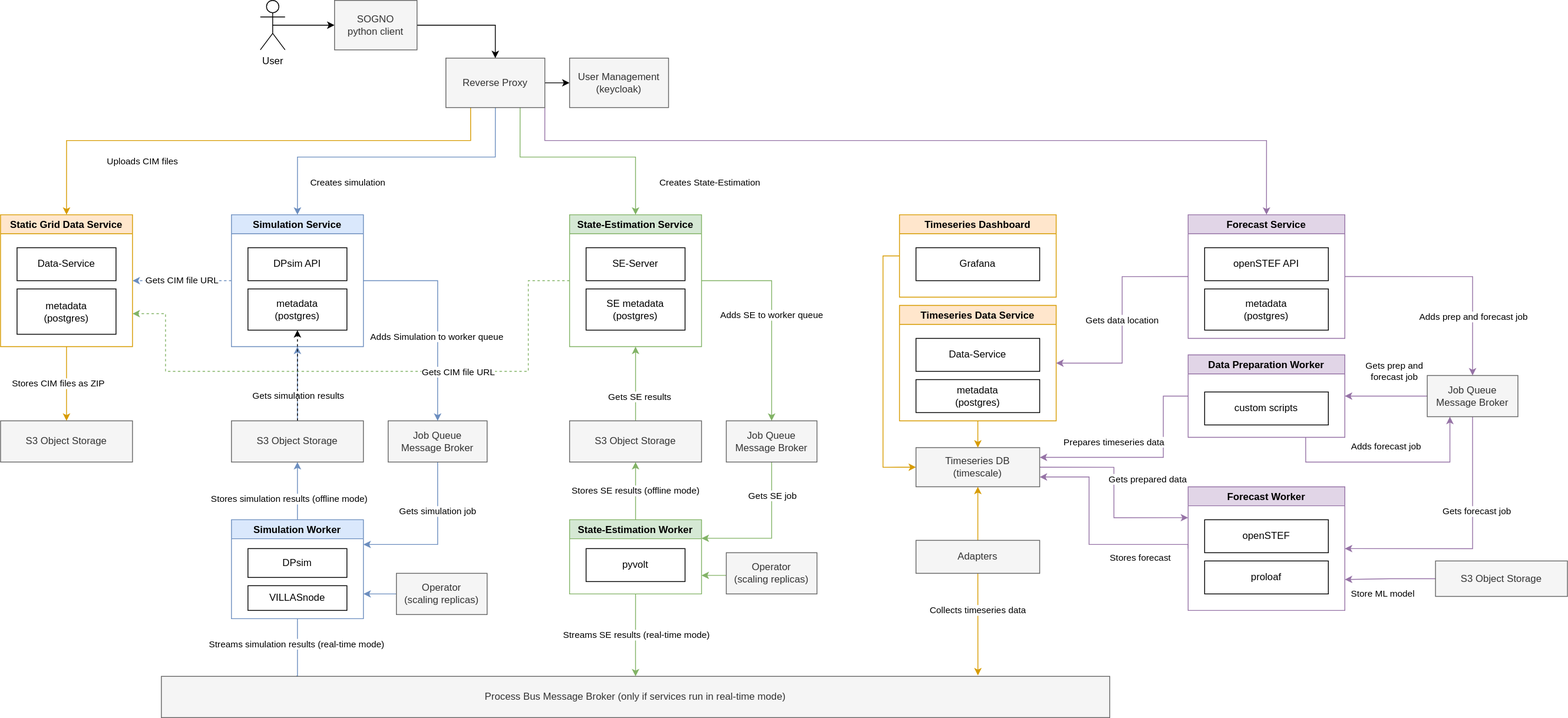
This is static/service-dataflow.svg from sogno-platform/sogno-platform.github.io, a draw.io export, as it was before one commit. Source tidied: cells renumbered, new cells last; positions are measured from the earlier drawing's top-left corner, leaving out a move shared by most shapes.
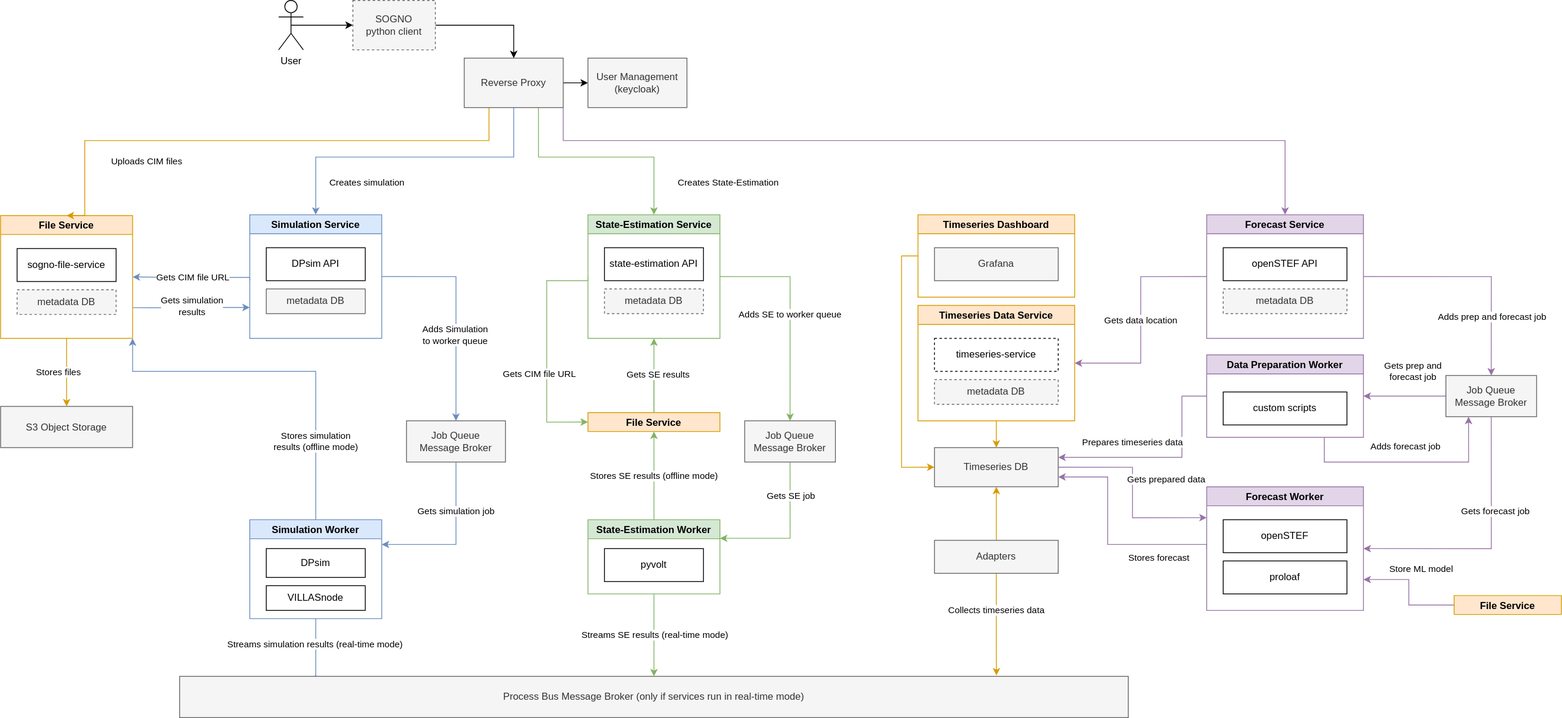
After the commit.

Commit message:
update architecture diagrams

What changed in the source:
```diff
@@ -4,3 +4,3 @@
     <mxCell id="1" parent="0" />
-    <mxCell id="2" value="Stores CIM files as ZIP" style="edgeStyle=orthogonalEdgeStyle;rounded=0;jettySize=auto;html=1;exitX=0.5;exitY=1;exitDx=0;exitDy=0;entryX=0.5;entryY=0;entryDx=0;entryDy=0;endArrow=classic;endFill=1;fillColor=#ffe6cc;strokeColor=#d79b00;" parent="1" edge="1" source="3" target="8">
+    <mxCell id="2" value="Stores files" style="edgeStyle=orthogonalEdgeStyle;rounded=0;jettySize=auto;html=1;exitX=0.5;exitY=1;exitDx=0;exitDy=0;entryX=0.5;entryY=0;entryDx=0;entryDy=0;endArrow=classic;endFill=1;fillColor=#ffe6cc;strokeColor=#d79b00;" parent="1" edge="1" source="3" target="8">
       <mxGeometry x="-0.02" y="-10" relative="1" as="geometry">
@@ -9,17 +9,22 @@
     </mxCell>
-    <mxCell id="3" value="Static Grid Data Service" style="swimlane;fillColor=#ffe6cc;strokeColor=#d79b00;" parent="1" vertex="1">
-      <mxGeometry y="260" width="160" height="160" as="geometry" />
+    <mxCell id="3" value="File Service" style="swimlane;fillColor=#ffe6cc;strokeColor=#d79b00;" parent="1" vertex="1">
+      <mxGeometry x="-22" y="261" width="160" height="149" as="geometry" />
     </mxCell>
-    <mxCell id="4" value="Data-Service" style="whiteSpace=wrap;html=1;" parent="3" vertex="1">
+    <mxCell id="4" value="sogno-file-service" style="whiteSpace=wrap;html=1;" parent="3" vertex="1">
       <mxGeometry x="20" y="40" width="120" height="40" as="geometry" />
     </mxCell>
-    <mxCell id="5" value="metadata&lt;br&gt;(postgres)" style="whiteSpace=wrap;html=1;" parent="3" vertex="1">
-      <mxGeometry x="20" y="90" width="120" height="55" as="geometry" />
+    <mxCell id="5" value="metadata DB" style="whiteSpace=wrap;html=1;dashed=1;fillColor=#f5f5f5;fontColor=#333333;strokeColor=#666666;" parent="3" vertex="1">
+      <mxGeometry x="20" y="90" width="120" height="30" as="geometry" />
     </mxCell>
-    <mxCell id="6" style="edgeStyle=orthogonalEdgeStyle;rounded=0;jettySize=auto;html=1;exitX=0.5;exitY=0;exitDx=0;exitDy=0;entryX=0.5;entryY=1;entryDx=0;entryDy=0;endArrow=classic;endFill=1;fillColor=#dae8fc;strokeColor=#6c8ebf;" parent="1" edge="1" source="48" target="10">
-      <mxGeometry relative="1" as="geometry" />
+    <mxCell id="6" style="edgeStyle=orthogonalEdgeStyle;rounded=0;jettySize=auto;html=1;entryX=0;entryY=0.75;entryDx=0;entryDy=0;endArrow=classic;endFill=1;fillColor=#dae8fc;strokeColor=#6c8ebf;exitX=1;exitY=0.75;exitDx=0;exitDy=0;" parent="1" edge="1" source="3" target="10">
+      <mxGeometry relative="1" as="geometry">
+        <Array as="points">
+          <mxPoint x="170" y="373" />
+          <mxPoint x="170" y="373" />
+        </Array>
+      </mxGeometry>
     </mxCell>
-    <mxCell id="7" value="Gets simulation results" style="edgeLabel;html=1;align=center;verticalAlign=middle;" parent="6" vertex="1">
+    <mxCell id="7" value="Gets simulation&lt;br&gt;results" style="edgeLabel;html=1;align=center;verticalAlign=middle;" parent="6" vertex="1">
       <mxGeometry x="0.19" relative="1" as="geometry">
-        <mxPoint y="24" as="offset" />
+        <mxPoint x="-13" y="-2" as="offset" />
       </mxGeometry>
@@ -27,9 +32,14 @@
     <mxCell id="8" value="S3 Object Storage" style="rounded=0;whiteSpace=wrap;html=1;fillColor=#f5f5f5;fontColor=#333333;strokeColor=#666666;" parent="1" vertex="1">
-      <mxGeometry y="510" width="160" height="50" as="geometry" />
+      <mxGeometry x="-22" y="492.5" width="160" height="50" as="geometry" />
     </mxCell>
-    <mxCell id="9" value="Stores simulation results (offline mode)" style="edgeStyle=orthogonalEdgeStyle;rounded=0;jettySize=auto;html=1;exitX=0.5;exitY=0;exitDx=0;exitDy=0;endArrow=classic;endFill=1;entryX=0.5;entryY=1;entryDx=0;entryDy=0;fillColor=#dae8fc;strokeColor=#6c8ebf;" parent="1" edge="1" source="28" target="48">
-      <mxGeometry x="-0.29" y="10" relative="1" as="geometry" />
+    <mxCell id="9" value="Stores simulation &lt;br&gt;results (offline mode)" style="edgeStyle=orthogonalEdgeStyle;rounded=0;jettySize=auto;html=1;exitX=0.5;exitY=0;exitDx=0;exitDy=0;endArrow=classic;endFill=1;fillColor=#dae8fc;strokeColor=#6c8ebf;entryX=1;entryY=1;entryDx=0;entryDy=0;" parent="1" edge="1" source="28" target="3">
+      <mxGeometry x="-0.57" relative="1" as="geometry">
+        <Array as="points">
+          <mxPoint x="360" y="450" />
+          <mxPoint x="138" y="450" />
+        </Array>
+      </mxGeometry>
     </mxCell>
     <mxCell id="10" value="Simulation Service" style="swimlane;fillColor=#dae8fc;strokeColor=#6c8ebf;" parent="1" vertex="1">
-      <mxGeometry x="280" y="260" width="160" height="160" as="geometry" />
+      <mxGeometry x="280" y="260" width="160" height="150" as="geometry" />
     </mxCell>
@@ -38,4 +48,4 @@
     </mxCell>
-    <mxCell id="12" value="metadata&lt;br&gt;(postgres)" style="whiteSpace=wrap;html=1;" parent="10" vertex="1">
-      <mxGeometry x="20" y="90" width="120" height="50" as="geometry" />
+    <mxCell id="12" value="metadata DB" style="whiteSpace=wrap;html=1;fillColor=#f5f5f5;fontColor=#333333;strokeColor=#666666;" parent="10" vertex="1">
+      <mxGeometry x="20" y="90" width="120" height="30" as="geometry" />
     </mxCell>
@@ -93,4 +103,10 @@
     </mxCell>
-    <mxCell id="22" value="Gets CIM file URL" style="edgeStyle=orthogonalEdgeStyle;rounded=0;jettySize=auto;html=1;endArrow=classic;endFill=1;exitX=0;exitY=0.5;exitDx=0;exitDy=0;entryX=1;entryY=0.5;entryDx=0;entryDy=0;fillColor=#dae8fc;strokeColor=#6c8ebf;dashed=1;" parent="1" edge="1" source="10" target="3">
-      <mxGeometry relative="1" as="geometry" />
+    <mxCell id="22" value="Gets CIM file URL" style="edgeStyle=orthogonalEdgeStyle;rounded=0;jettySize=auto;html=1;endArrow=classic;endFill=1;fillColor=#dae8fc;strokeColor=#6c8ebf;entryX=1;entryY=0.5;entryDx=0;entryDy=0;" parent="1" edge="1" target="3">
+      <mxGeometry relative="1" as="geometry">
+        <mxPoint x="280" y="340" as="sourcePoint" />
+        <Array as="points">
+          <mxPoint x="280" y="336" />
+          <mxPoint x="209" y="336" />
+        </Array>
+      </mxGeometry>
     </mxCell>
@@ -105,3 +121,3 @@
     </mxCell>
-    <mxCell id="26" value="Adds Simulation to worker queue" style="edgeLabel;html=1;align=center;verticalAlign=middle;" parent="25" vertex="1">
+    <mxCell id="26" value="Adds Simulation &lt;br&gt;to worker queue" style="edgeLabel;html=1;align=center;verticalAlign=middle;" parent="25" vertex="1">
       <mxGeometry x="0.21" y="-2" relative="1" as="geometry" />
@@ -147,6 +163,6 @@
     </mxCell>
-    <mxCell id="36" value="metadata&lt;br&gt;(postgres)" style="whiteSpace=wrap;html=1;" parent="35" vertex="1">
-      <mxGeometry x="20" y="90" width="150" height="40" as="geometry" />
+    <mxCell id="36" value="metadata DB" style="whiteSpace=wrap;html=1;dashed=1;fillColor=#f5f5f5;fontColor=#333333;strokeColor=#666666;" parent="35" vertex="1">
+      <mxGeometry x="20" y="90" width="150" height="30" as="geometry" />
     </mxCell>
-    <mxCell id="37" value="Data-Service" style="whiteSpace=wrap;html=1;" parent="35" vertex="1">
+    <mxCell id="37" value="timeseries-service" style="whiteSpace=wrap;html=1;dashed=1;" parent="35" vertex="1">
       <mxGeometry x="20" y="40" width="150" height="40" as="geometry" />
@@ -159,6 +175,6 @@
     </mxCell>
-    <mxCell id="40" value="Grafana" style="whiteSpace=wrap;html=1;" parent="39" vertex="1">
+    <mxCell id="40" value="Grafana" style="whiteSpace=wrap;html=1;fillColor=#f5f5f5;fontColor=#333333;strokeColor=#666666;" parent="39" vertex="1">
       <mxGeometry x="20" y="40" width="150" height="40" as="geometry" />
     </mxCell>
-    <mxCell id="41" style="edgeStyle=orthogonalEdgeStyle;rounded=0;jettySize=auto;html=1;exitX=0;exitY=0.5;exitDx=0;exitDy=0;entryX=1;entryY=0.75;entryDx=0;entryDy=0;fillColor=#d5e8d4;strokeColor=#82b366;dashed=1;" parent="1" edge="1" source="44" target="3">
+    <mxCell id="41" style="edgeStyle=orthogonalEdgeStyle;rounded=0;jettySize=auto;html=1;exitX=0;exitY=0.5;exitDx=0;exitDy=0;fillColor=#d5e8d4;strokeColor=#82b366;entryX=0;entryY=0.5;entryDx=0;entryDy=0;" parent="1" edge="1" source="44" target="96">
       <mxGeometry relative="1" as="geometry">
@@ -166,5 +182,3 @@
           <mxPoint x="640" y="340" />
-          <mxPoint x="640" y="450" />
-          <mxPoint x="200" y="450" />
-          <mxPoint x="200" y="380" />
+          <mxPoint x="640" y="512" />
         </Array>
@@ -174,3 +188,3 @@
       <mxGeometry x="-0.47" y="3" relative="1" as="geometry">
-        <mxPoint x="-57" y="-3" as="offset" />
+        <mxPoint x="-13" y="94" as="offset" />
       </mxGeometry>
@@ -181,16 +195,10 @@
     <mxCell id="44" value="State-Estimation Service" style="swimlane;fillColor=#d5e8d4;strokeColor=#82b366;" parent="1" vertex="1">
-      <mxGeometry x="690" y="260" width="160" height="160" as="geometry" />
+      <mxGeometry x="690" y="260" width="160" height="150" as="geometry" />
     </mxCell>
-    <mxCell id="45" value="SE-Server" style="whiteSpace=wrap;html=1;" parent="44" vertex="1">
+    <mxCell id="45" value="state-estimation API" style="whiteSpace=wrap;html=1;" parent="44" vertex="1">
       <mxGeometry x="20" y="40" width="120" height="40" as="geometry" />
     </mxCell>
-    <mxCell id="46" value="SE metadata&lt;br&gt;(postgres)" style="whiteSpace=wrap;html=1;" parent="44" vertex="1">
-      <mxGeometry x="20" y="90" width="120" height="50" as="geometry" />
+    <mxCell id="46" value="metadata DB" style="whiteSpace=wrap;html=1;dashed=1;fillColor=#f5f5f5;fontColor=#333333;strokeColor=#666666;" parent="44" vertex="1">
+      <mxGeometry x="20" y="90" width="120" height="30" as="geometry" />
     </mxCell>
-    <mxCell id="47" style="edgeStyle=orthogonalEdgeStyle;rounded=0;jettySize=auto;html=1;dashed=1;" parent="1" edge="1" source="48" target="12">
-      <mxGeometry relative="1" as="geometry" />
-    </mxCell>
-    <mxCell id="48" value="S3 Object Storage" style="rounded=0;whiteSpace=wrap;html=1;fillColor=#f5f5f5;fontColor=#333333;strokeColor=#666666;" parent="1" vertex="1">
-      <mxGeometry x="280" y="510" width="160" height="50" as="geometry" />
-    </mxCell>
     <mxCell id="49" style="edgeStyle=orthogonalEdgeStyle;rounded=0;jettySize=auto;html=1;exitX=0.5;exitY=1;exitDx=0;exitDy=0;entryX=1;entryY=0.25;entryDx=0;entryDy=0;endArrow=classic;endFill=1;fillColor=#d5e8d4;strokeColor=#82b366;" parent="1" edge="1" source="51" target="58">
@@ -206,11 +214,5 @@
     </mxCell>
-    <mxCell id="52" style="edgeStyle=orthogonalEdgeStyle;rounded=0;jettySize=auto;html=1;exitX=0.5;exitY=0;exitDx=0;exitDy=0;entryX=0.5;entryY=1;entryDx=0;entryDy=0;endArrow=classic;endFill=1;fillColor=#d5e8d4;strokeColor=#82b366;" parent="1" edge="1" source="54" target="44">
+    <mxCell id="52" style="edgeStyle=orthogonalEdgeStyle;rounded=0;jettySize=auto;html=1;exitX=0.5;exitY=0;exitDx=0;exitDy=0;entryX=0.5;entryY=1;entryDx=0;entryDy=0;endArrow=classic;endFill=1;fillColor=#d5e8d4;strokeColor=#82b366;startArrow=none;" parent="1" edge="1" source="96" target="44">
       <mxGeometry relative="1" as="geometry" />
     </mxCell>
-    <mxCell id="53" value="Gets SE results" style="edgeLabel;html=1;align=center;verticalAlign=middle;" parent="52" vertex="1">
-      <mxGeometry x="-0.35" y="-4" relative="1" as="geometry" />
-    </mxCell>
-    <mxCell id="54" value="S3 Object Storage" style="rounded=0;whiteSpace=wrap;html=1;fillColor=#f5f5f5;fontColor=#333333;strokeColor=#666666;" parent="1" vertex="1">
-      <mxGeometry x="690" y="510" width="160" height="50" as="geometry" />
-    </mxCell>
     <mxCell id="55" style="edgeStyle=orthogonalEdgeStyle;rounded=0;jettySize=auto;html=1;exitX=0.5;exitY=1;exitDx=0;exitDy=0;endArrow=classic;endFill=1;fillColor=#d5e8d4;strokeColor=#82b366;entryX=0.5;entryY=0;entryDx=0;entryDy=0;" parent="1" edge="1" source="58" target="32">
@@ -228,3 +230,3 @@
     </mxCell>
-    <mxCell id="57" value="Stores SE results (offline mode)" style="edgeStyle=orthogonalEdgeStyle;rounded=0;jettySize=auto;html=1;exitX=0.5;exitY=0;exitDx=0;exitDy=0;entryX=0.5;entryY=1;entryDx=0;entryDy=0;endArrow=classic;endFill=1;fillColor=#d5e8d4;strokeColor=#82b366;" parent="1" edge="1" source="58" target="54">
+    <mxCell id="57" value="Stores SE results (offline mode)" style="edgeStyle=orthogonalEdgeStyle;rounded=0;jettySize=auto;html=1;exitX=0.5;exitY=0;exitDx=0;exitDy=0;entryX=0.5;entryY=1;entryDx=0;entryDy=0;endArrow=classic;endFill=1;fillColor=#d5e8d4;strokeColor=#82b366;" parent="1" edge="1" source="58" target="96">
       <mxGeometry relative="1" as="geometry" />
@@ -237,9 +239,2 @@
     </mxCell>
-    <mxCell id="60" style="edgeStyle=orthogonalEdgeStyle;rounded=0;jettySize=auto;html=1;entryX=1;entryY=0.75;entryDx=0;entryDy=0;fillColor=#d5e8d4;strokeColor=#82b366;exitX=0;exitY=0.5;exitDx=0;exitDy=0;" parent="1" edge="1" source="89" target="58">
-      <mxGeometry relative="1" as="geometry">
-        <Array as="points">
-          <mxPoint x="910" y="698" />
-        </Array>
-      </mxGeometry>
-    </mxCell>
     <mxCell id="61" style="edgeStyle=orthogonalEdgeStyle;rounded=0;jettySize=auto;html=1;" parent="1" edge="1" source="63" target="92">
@@ -298,4 +293,4 @@
     </mxCell>
-    <mxCell id="74" value="metadata&lt;br&gt;(postgres)" style="whiteSpace=wrap;html=1;" parent="72" vertex="1">
-      <mxGeometry x="20" y="90" width="150" height="50" as="geometry" />
+    <mxCell id="74" value="metadata DB" style="whiteSpace=wrap;html=1;dashed=1;fillColor=#f5f5f5;fontColor=#333333;strokeColor=#666666;" parent="72" vertex="1">
+      <mxGeometry x="20" y="90" width="150" height="30" as="geometry" />
     </mxCell>
@@ -355,3 +350,3 @@
     </mxCell>
-    <mxCell id="87" value="Timeseries DB&lt;br&gt;(timescale)" style="whiteSpace=wrap;html=1;fillColor=#f5f5f5;fontColor=#333333;strokeColor=#666666;" parent="1" vertex="1">
+    <mxCell id="87" value="Timeseries DB" style="whiteSpace=wrap;html=1;fillColor=#f5f5f5;fontColor=#333333;strokeColor=#666666;" parent="1" vertex="1">
       <mxGeometry x="1110.1" y="542.5" width="150" height="47.5" as="geometry" />
@@ -361,11 +356,2 @@
     </mxCell>
-    <mxCell id="89" value="Operator &lt;br&gt;(scaling replicas)" style="whiteSpace=wrap;html=1;fillColor=#f5f5f5;fontColor=#333333;strokeColor=#666666;" parent="1" vertex="1">
-      <mxGeometry x="880" y="670" width="110" height="50" as="geometry" />
-    </mxCell>
-    <mxCell id="90" style="edgeStyle=orthogonalEdgeStyle;rounded=0;jettySize=auto;html=1;exitX=0;exitY=0.5;exitDx=0;exitDy=0;entryX=1;entryY=0.75;entryDx=0;entryDy=0;fillColor=#dae8fc;strokeColor=#6c8ebf;" parent="1" edge="1" source="91" target="28">
-      <mxGeometry relative="1" as="geometry" />
-    </mxCell>
-    <mxCell id="91" value="Operator &lt;br&gt;(scaling replicas)" style="whiteSpace=wrap;html=1;fillColor=#f5f5f5;fontColor=#333333;strokeColor=#666666;" parent="1" vertex="1">
-      <mxGeometry x="480" y="695" width="110" height="50" as="geometry" />
-    </mxCell>
     <mxCell id="92" value="&lt;span&gt;User Management&lt;/span&gt;&lt;br&gt;&lt;span&gt;(keycloak)&lt;/span&gt;" style="whiteSpace=wrap;html=1;fillColor=#f5f5f5;strokeColor=#666666;fontColor=#333333;rounded=0;" parent="1" vertex="1">
@@ -373,11 +359,30 @@
     </mxCell>
-    <mxCell id="93" value="SOGNO &lt;br&gt;python client" style="whiteSpace=wrap;html=1;fillColor=#f5f5f5;strokeColor=#666666;fontColor=#333333;rounded=0;" parent="1" vertex="1">
+    <mxCell id="93" value="SOGNO &lt;br&gt;python client" style="whiteSpace=wrap;html=1;fillColor=#f5f5f5;strokeColor=#666666;fontColor=#333333;rounded=0;dashed=1;" parent="1" vertex="1">
       <mxGeometry x="405" width="100" height="60" as="geometry" />
     </mxCell>
-    <mxCell id="94" value="Store ML model" style="edgeStyle=orthogonalEdgeStyle;rounded=0;jettySize=auto;html=1;exitX=0;exitY=0.5;exitDx=0;exitDy=0;entryX=1;entryY=0.75;entryDx=0;entryDy=0;fillColor=#e1d5e7;strokeColor=#9673a6;" parent="1" edge="1" source="95" target="66">
-      <mxGeometry x="0.17" y="18" relative="1" as="geometry" />
+    <mxCell id="94" value="Store ML model" style="edgeStyle=orthogonalEdgeStyle;rounded=0;jettySize=auto;html=1;exitX=0;exitY=0.5;exitDx=0;exitDy=0;entryX=1;entryY=0.75;entryDx=0;entryDy=0;fillColor=#e1d5e7;strokeColor=#9673a6;" parent="1" edge="1" source="98" target="66">
+      <mxGeometry x="0.22" y="-19" relative="1" as="geometry">
+        <mxPoint x="15" y="7" as="offset" />
+      </mxGeometry>
     </mxCell>
-    <mxCell id="95" value="S3 Object Storage" style="rounded=0;whiteSpace=wrap;html=1;fillColor=#f5f5f5;fontColor=#333333;strokeColor=#666666;" parent="1" vertex="1">
-      <mxGeometry x="1740" y="680" width="160" height="43" as="geometry" />
-    </mxCell>
+    <mxCell id="96" value="File Service" style="swimlane;fillColor=#ffe6cc;strokeColor=#d79b00;" parent="1" vertex="1" collapsed="1">
+      <mxGeometry x="690" y="500" width="160" height="23" as="geometry" />
+    </mxCell>
+    <mxCell id="97" style="edgeStyle=orthogonalEdgeStyle;rounded=0;orthogonalLoop=1;jettySize=auto;html=1;endArrow=none;endFill=1;fillColor=#d5e8d4;strokeColor=#82b366;" parent="1" edge="1">
+      <mxGeometry relative="1" as="geometry">
+        <mxPoint x="770" y="500" as="sourcePoint" />
+        <mxPoint x="770" y="450" as="targetPoint" />
+        <Array as="points">
+          <mxPoint x="770" y="450" />
+        </Array>
+      </mxGeometry>
+    </mxCell>
+    <mxCell id="53" value="Gets SE results" style="edgeLabel;html=1;align=center;verticalAlign=middle;" parent="97" vertex="1">
+      <mxGeometry x="-0.35" y="-4" relative="1" as="geometry">
+        <mxPoint y="-30" as="offset" />
+      </mxGeometry>
+    </mxCell>
+    <mxCell id="98" value="File Service" style="swimlane;fillColor=#ffe6cc;strokeColor=#d79b00;" parent="1" vertex="1" collapsed="1">
+      <mxGeometry x="1740" y="722" width="130" height="23" as="geometry" />
+    </mxCell>
   </root>
```
